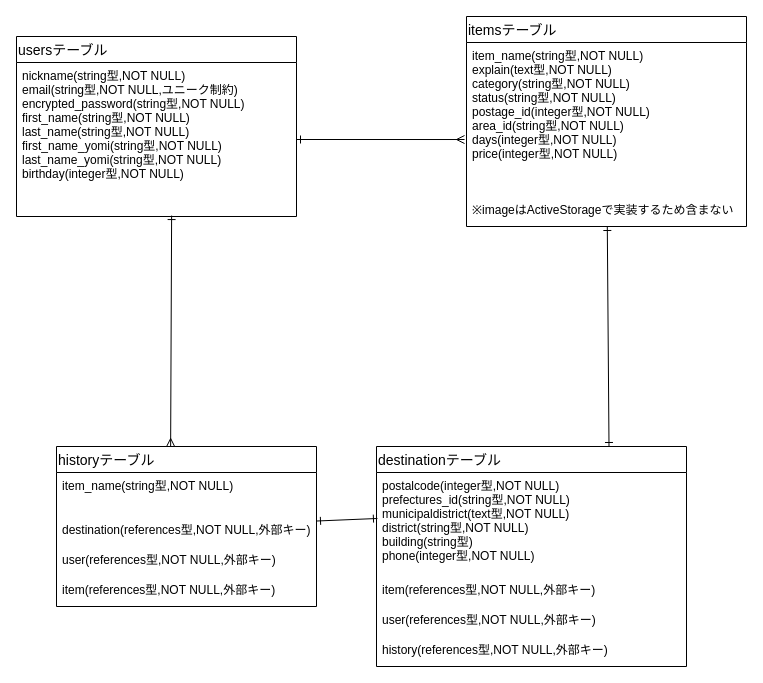
The draw.io diagram er.dio in tamtam-time/furima-38599, before the edit. Source tidied: cells renumbered, new cells numbered last; positions are measured from the earlier drawing's top-left corner, leaving out a move shared by most shapes. Both pictures are drawn from the tidied source at 100%, with x=0, y=0 at pixel (16, 16).
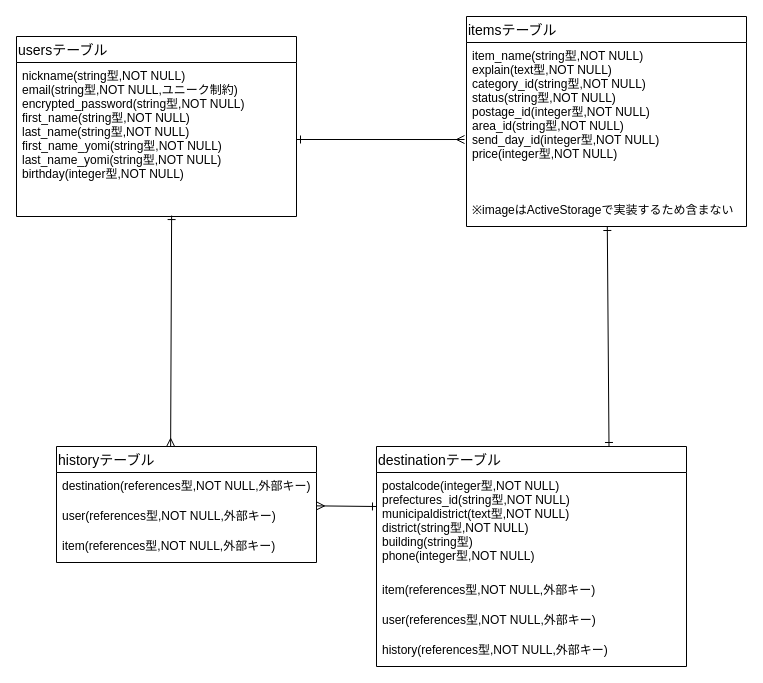
After the change.

Commit message (it also covers changes not shown here):
データベース設計：修正分

以下、ER図のURLになります
https://gyazo.com/87671e9bc298ff953e5bc257a3333c0a

ご確認のほど宜しくお願いいたします。

The change refers to these unchanged cells:
```xml
<mxCell id="5" value="itemsテーブル" style="swimlane;fontStyle=0;horizontal=1;startSize=26;align=left;fontSize=14;" parent="1" vertex="1">
  <mxGeometry x="450" width="280" height="210" as="geometry" />
</mxCell>
<mxCell id="9" value="postalcode(integer型,NOT NULL)&#10;prefectures_id(string型,NOT NULL)&#10;municipaldistrict(text型,NOT NULL)&#10;district(string型,NOT NULL)&#10;building(string型)&#10;phone(integer型,NOT NULL)" style="text;strokeColor=none;fillColor=none;spacingLeft=4;spacingRight=4;overflow=hidden;points=[[0,0.5],[1,0.5]];portConstraint=eastwest;fontSize=12;" parent="8" vertex="1">
  <mxGeometry y="26" width="310" height="104" as="geometry" />
</mxCell>
```

Diff of the diagram source:
```diff
@@
-    <mxCell id="6" value="item_name(string型,NOT NULL)&#10;explain(text型,NOT NULL)&#10;category(string型,NOT NULL)&#10;status(string型,NOT NULL)&#10;postage_id(integer型,NOT NULL)&#10;area_id(string型,NOT NULL)&#10;days(integer型,NOT NULL)&#10;price(integer型,NOT NULL)" style="text;strokeColor=none;fillColor=none;spacingLeft=4;spacingRight=4;overflow=hidden;points=[[0,0.5],[1,0.5]];portConstraint=eastwest;fontSize=12;spacingTop=0;" parent="5" vertex="1">
+    <mxCell id="6" value="item_name(string型,NOT NULL)&#10;explain(text型,NOT NULL)&#10;category_id(string型,NOT NULL)&#10;status(string型,NOT NULL)&#10;postage_id(integer型,NOT NULL)&#10;area_id(string型,NOT NULL)&#10;send_day_id(integer型,NOT NULL)&#10;price(integer型,NOT NULL)" style="text;strokeColor=none;fillColor=none;spacingLeft=4;spacingRight=4;overflow=hidden;points=[[0,0.5],[1,0.5]];portConstraint=eastwest;fontSize=12;spacingTop=0;" parent="5" vertex="1">
       <mxGeometry y="26" width="280" height="154" as="geometry" />
     </mxCell>
@@
-    <mxCell id="13" style="edgeStyle=none;rounded=1;html=1;startArrow=ERone;startFill=0;endArrow=ERone;endFill=0;entryX=0.003;entryY=0.442;entryDx=0;entryDy=0;entryPerimeter=0;" parent="1" edge="1" source="14" target="9">
-      <mxGeometry relative="1" as="geometry" />
+    <mxCell id="13" style="edgeStyle=none;rounded=1;html=1;startArrow=ERmany;startFill=0;endArrow=ERone;endFill=0;" parent="1" edge="1" source="14">
+      <mxGeometry relative="1" as="geometry">
+        <mxPoint x="360" y="490" as="targetPoint" />
+      </mxGeometry>
     </mxCell>
     <mxCell id="14" value="historyテーブル" style="swimlane;fontStyle=0;horizontal=1;startSize=26;align=left;fontSize=14;" parent="1" vertex="1">
-      <mxGeometry x="40" y="430" width="260" height="160" as="geometry" />
+      <mxGeometry x="40" y="430" width="260" height="116" as="geometry" />
     </mxCell>
-    <mxCell id="15" value="item_name(string型,NOT NULL)&#10;" style="text;strokeColor=none;fillColor=none;spacingLeft=4;spacingRight=4;overflow=hidden;fontSize=12;" parent="14" vertex="1">
-      <mxGeometry y="26" width="260" height="44" as="geometry" />
-    </mxCell>
     <mxCell id="16" value="destination(references型,NOT NULL,外部キー)" style="text;strokeColor=none;fillColor=none;spacingLeft=4;spacingRight=4;overflow=hidden;fontSize=12;" parent="14" vertex="1">
-      <mxGeometry y="70" width="260" height="30" as="geometry" />
+      <mxGeometry y="26" width="260" height="30" as="geometry" />
     </mxCell>
     <mxCell id="17" value="user(references型,NOT NULL,外部キー)" style="text;strokeColor=none;fillColor=none;spacingLeft=4;spacingRight=4;overflow=hidden;fontSize=12;" parent="14" vertex="1">
-      <mxGeometry y="100" width="260" height="30" as="geometry" />
+      <mxGeometry y="56" width="260" height="30" as="geometry" />
     </mxCell>
     <mxCell id="18" value="item(references型,NOT NULL,外部キー)" style="text;strokeColor=none;fillColor=none;spacingLeft=4;spacingRight=4;overflow=hidden;fontSize=12;" parent="14" vertex="1">
-      <mxGeometry y="130" width="260" height="30" as="geometry" />
+      <mxGeometry y="86" width="260" height="30" as="geometry" />
     </mxCell>
```
